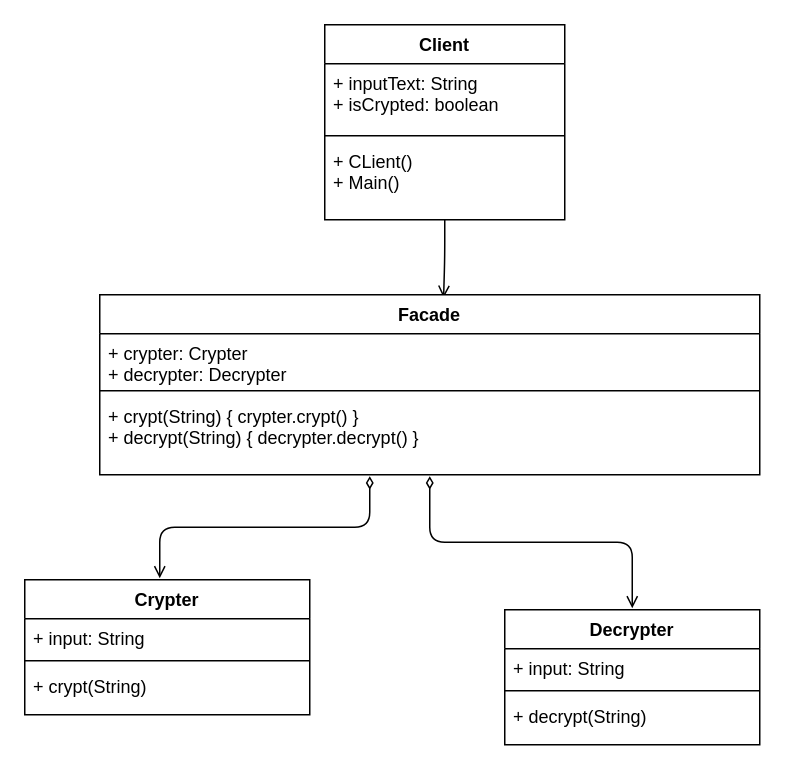
Above: FacadePatternUML.drawio in ReltTull/lesson2Cypher (draw.io), before the change. Source tidied: cells renumbered, new cells numbered last; positions are measured from the earlier drawing's top-left corner, leaving out a move shared by most shapes. Both pictures are drawn from the tidied source at 150%, with x=0, y=0 at pixel (24, 24).
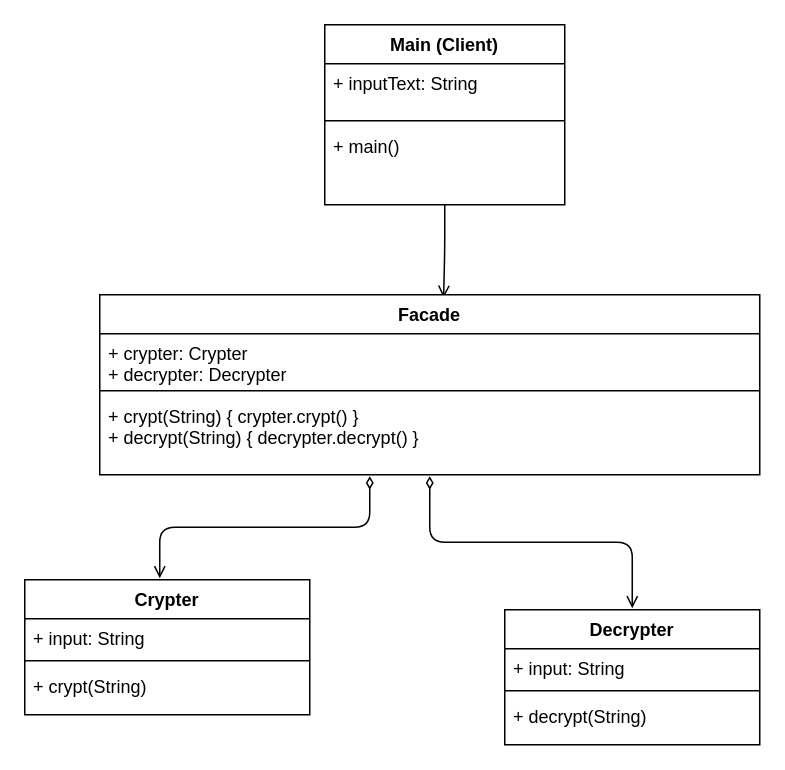
The same diagram, later.

Diff of the diagram source:
```diff
@@
-    <mxCell id="3" value="Client" style="swimlane;fontStyle=1;align=center;verticalAlign=top;horizontal=1;startSize=26;" parent="1" vertex="1">
-      <mxGeometry x="200" width="160" height="130" as="geometry" />
+    <mxCell id="3" value="Main (Client)" style="swimlane;fontStyle=1;align=center;verticalAlign=top;horizontal=1;startSize=26;" parent="1" vertex="1">
+      <mxGeometry x="200" width="160" height="120" as="geometry" />
     </mxCell>
-    <mxCell id="4" value="+ inputText: String&#10;+ isCrypted: boolean" style="text;strokeColor=none;fillColor=none;align=left;verticalAlign=top;spacingLeft=4;spacingRight=4;overflow=hidden;" parent="3" vertex="1">
-      <mxGeometry y="26" width="160" height="44" as="geometry" />
+    <mxCell id="4" value="+ inputText: String&#10;" style="text;strokeColor=none;fillColor=none;align=left;verticalAlign=top;spacingLeft=4;spacingRight=4;overflow=hidden;" parent="3" vertex="1">
+      <mxGeometry y="26" width="160" height="34" as="geometry" />
     </mxCell>
     <mxCell id="5" style="line;strokeWidth=1;fillColor=none;align=left;verticalAlign=middle;spacingTop=-1;spacingLeft=3;spacingRight=3;labelPosition=right;strokeColor=inherit;" parent="3" vertex="1">
-      <mxGeometry y="70" width="160" height="8" as="geometry" />
+      <mxGeometry y="60" width="160" height="8" as="geometry" />
     </mxCell>
-    <mxCell id="6" value="+ CLient() &#10;+ Main()" style="text;strokeColor=none;fillColor=none;align=left;verticalAlign=top;spacingLeft=4;spacingRight=4;overflow=hidden;" parent="3" vertex="1">
-      <mxGeometry y="78" width="160" height="52" as="geometry" />
+    <mxCell id="6" value="+ main() " style="text;strokeColor=none;fillColor=none;align=left;verticalAlign=top;spacingLeft=4;spacingRight=4;overflow=hidden;" parent="3" vertex="1">
+      <mxGeometry y="68" width="160" height="52" as="geometry" />
     </mxCell>
```
